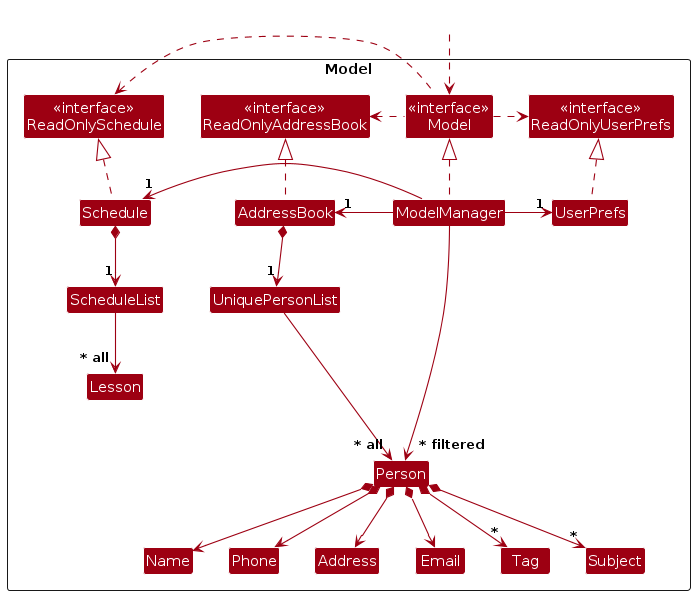
Earlier version of the PlantUML export diagrams/ModelClassDiagram.png (AY2324S1-CS2103T-T11-3/tp). Its source is kept beside it as diagrams/ModelClassDiagram.puml.
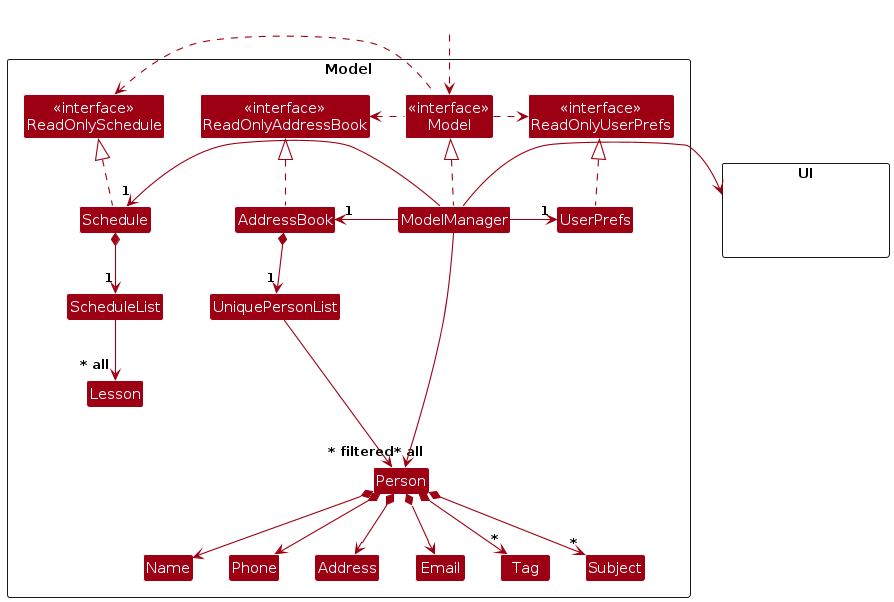
The same diagram one commit later.

The edit, as a diff of the source:
```diff
@@ -29,6 +29,10 @@
 Class I #FFFFFF
 }
 
+package UI <<Rectangle>> {
+Class HiddenModel #FFFFFF
+}
+
 Class HiddenOutside #FFFFFF
 HiddenOutside ..> Model
 
@@ -41,6 +45,7 @@
 Model .left.> ReadOnlySchedule
 ModelManager -left-> "1" AddressBook
 ModelManager -right-> "1" UserPrefs
+ModelManager -> UI
 ModelManager -left-> "1" Schedule
 UserPrefs .up.|> ReadOnlyUserPrefs
 
```
